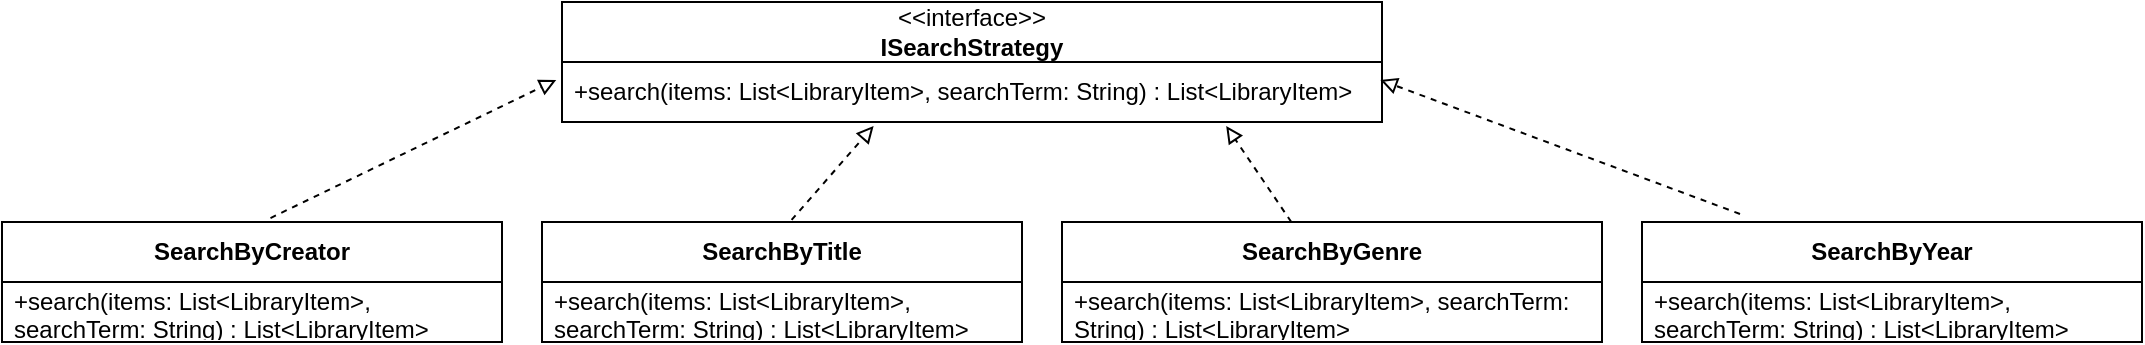
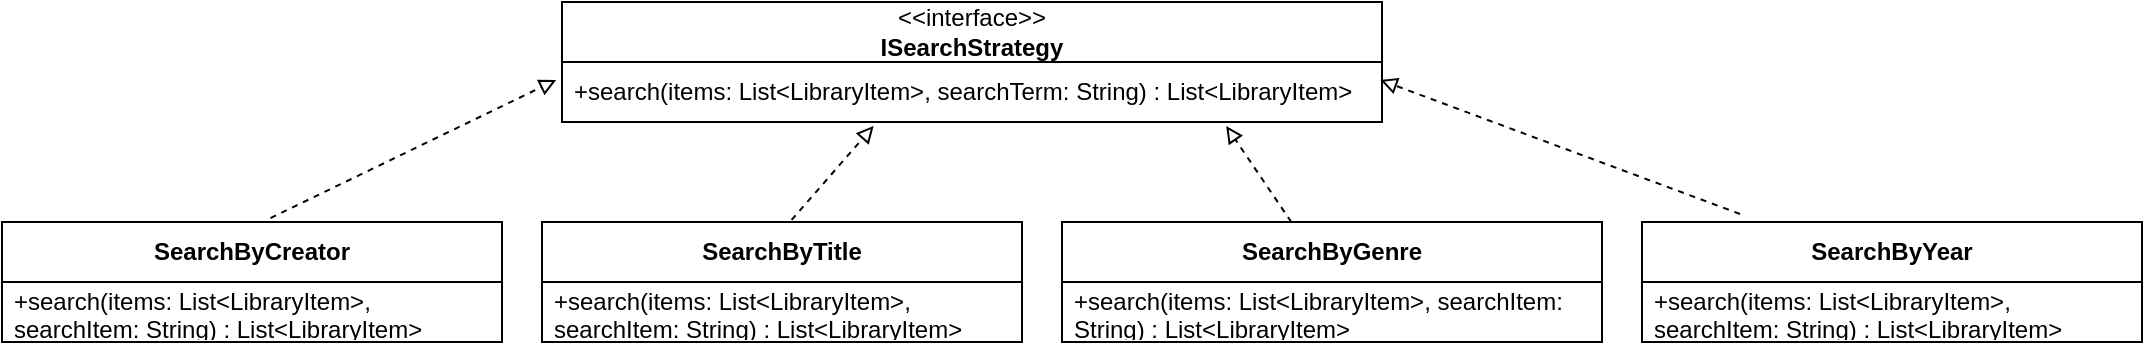
<mxfile host="app.diagrams.net">
  <diagram name="Page-1" id="wcMCi3oeLSEENpEqmBpU">
    <mxGraphModel dx="2191" dy="743" grid="1" gridSize="10" guides="1" tooltips="1" connect="1" arrows="1" fold="1" page="1" pageScale="1" pageWidth="850" pageHeight="1100" math="0" shadow="0">
      <root>
        <mxCell id="0" />
        <mxCell id="1" parent="0" />
        <mxCell id="NpHuQkZuoYly5ggiw39z-1" parent="1" style="swimlane;fontStyle=0;childLayout=stackLayout;horizontal=1;startSize=30;horizontalStack=0;resizeParent=1;resizeParentMax=0;resizeLast=0;collapsible=1;marginBottom=0;whiteSpace=wrap;html=1;" value="&amp;lt;&amp;lt;interface&amp;gt;&amp;gt;&lt;div&gt;&lt;b&gt;ISearchStrategy&lt;/b&gt;&lt;/div&gt;" vertex="1">
          <mxGeometry height="60" width="410" x="200" y="60" as="geometry" />
        </mxCell>
        <mxCell id="NpHuQkZuoYly5ggiw39z-2" parent="NpHuQkZuoYly5ggiw39z-1" style="text;strokeColor=none;fillColor=none;align=left;verticalAlign=middle;spacingLeft=4;spacingRight=4;overflow=hidden;points=[[0,0.5],[1,0.5]];portConstraint=eastwest;rotatable=0;whiteSpace=wrap;html=1;" value="+search(items: List&amp;lt;LibraryItem&amp;gt;, searchTerm: String) : List&amp;lt;LibraryItem&amp;gt;" vertex="1">
          <mxGeometry height="30" width="410" y="30" as="geometry" />
        </mxCell>
        <mxCell id="NpHuQkZuoYly5ggiw39z-5" parent="1" style="swimlane;fontStyle=0;childLayout=stackLayout;horizontal=1;startSize=30;horizontalStack=0;resizeParent=1;resizeParentMax=0;resizeLast=0;collapsible=1;marginBottom=0;whiteSpace=wrap;html=1;" value="&lt;b&gt;SearchByCreator&lt;/b&gt;" vertex="1">
          <mxGeometry height="60" width="250" x="-80" y="170" as="geometry" />
        </mxCell>
-         <mxCell id="NpHuQkZuoYly5ggiw39z-9" parent="NpHuQkZuoYly5ggiw39z-5" style="text;strokeColor=none;fillColor=none;align=left;verticalAlign=middle;spacingLeft=4;spacingRight=4;overflow=hidden;points=[[0,0.5],[1,0.5]];portConstraint=eastwest;rotatable=0;whiteSpace=wrap;html=1;" value="+search(items: List&amp;lt;LibraryItem&amp;gt;, searchTerm: String) : List&amp;lt;LibraryItem&amp;gt;" vertex="1">
+         <mxCell id="NpHuQkZuoYly5ggiw39z-9" parent="NpHuQkZuoYly5ggiw39z-5" style="text;strokeColor=none;fillColor=none;align=left;verticalAlign=middle;spacingLeft=4;spacingRight=4;overflow=hidden;points=[[0,0.5],[1,0.5]];portConstraint=eastwest;rotatable=0;whiteSpace=wrap;html=1;" value="+search(items: List&amp;lt;LibraryItem&amp;gt;, searchItem: String) : List&amp;lt;LibraryItem&amp;gt;" vertex="1">
          <mxGeometry height="30" width="250" y="30" as="geometry" />
        </mxCell>
        <mxCell id="NpHuQkZuoYly5ggiw39z-10" parent="1" style="swimlane;fontStyle=0;childLayout=stackLayout;horizontal=1;startSize=30;horizontalStack=0;resizeParent=1;resizeParentMax=0;resizeLast=0;collapsible=1;marginBottom=0;whiteSpace=wrap;html=1;" value="&lt;b&gt;SearchByTitle&lt;/b&gt;" vertex="1">
          <mxGeometry height="60" width="240" x="190" y="170" as="geometry" />
        </mxCell>
-         <mxCell id="NpHuQkZuoYly5ggiw39z-11" parent="NpHuQkZuoYly5ggiw39z-10" style="text;strokeColor=none;fillColor=none;align=left;verticalAlign=middle;spacingLeft=4;spacingRight=4;overflow=hidden;points=[[0,0.5],[1,0.5]];portConstraint=eastwest;rotatable=0;whiteSpace=wrap;html=1;" value="+search(items: List&amp;lt;LibraryItem&amp;gt;, searchTerm: String) : List&amp;lt;LibraryItem&amp;gt;" vertex="1">
+         <mxCell id="NpHuQkZuoYly5ggiw39z-11" parent="NpHuQkZuoYly5ggiw39z-10" style="text;strokeColor=none;fillColor=none;align=left;verticalAlign=middle;spacingLeft=4;spacingRight=4;overflow=hidden;points=[[0,0.5],[1,0.5]];portConstraint=eastwest;rotatable=0;whiteSpace=wrap;html=1;" value="+search(items: List&amp;lt;LibraryItem&amp;gt;, searchItem: String) : List&amp;lt;LibraryItem&amp;gt;" vertex="1">
          <mxGeometry height="30" width="240" y="30" as="geometry" />
        </mxCell>
        <mxCell id="NpHuQkZuoYly5ggiw39z-12" parent="1" style="swimlane;fontStyle=0;childLayout=stackLayout;horizontal=1;startSize=30;horizontalStack=0;resizeParent=1;resizeParentMax=0;resizeLast=0;collapsible=1;marginBottom=0;whiteSpace=wrap;html=1;" value="&lt;b&gt;SearchByGenre&lt;/b&gt;" vertex="1">
          <mxGeometry height="60" width="270" x="450" y="170" as="geometry" />
        </mxCell>
-         <mxCell id="NpHuQkZuoYly5ggiw39z-13" parent="NpHuQkZuoYly5ggiw39z-12" style="text;strokeColor=none;fillColor=none;align=left;verticalAlign=middle;spacingLeft=4;spacingRight=4;overflow=hidden;points=[[0,0.5],[1,0.5]];portConstraint=eastwest;rotatable=0;whiteSpace=wrap;html=1;" value="+search(items: List&amp;lt;LibraryItem&amp;gt;, searchTerm: String) : List&amp;lt;LibraryItem&amp;gt;" vertex="1">
+         <mxCell id="NpHuQkZuoYly5ggiw39z-13" parent="NpHuQkZuoYly5ggiw39z-12" style="text;strokeColor=none;fillColor=none;align=left;verticalAlign=middle;spacingLeft=4;spacingRight=4;overflow=hidden;points=[[0,0.5],[1,0.5]];portConstraint=eastwest;rotatable=0;whiteSpace=wrap;html=1;" value="+search(items: List&amp;lt;LibraryItem&amp;gt;, searchItem: String) : List&amp;lt;LibraryItem&amp;gt;" vertex="1">
          <mxGeometry height="30" width="270" y="30" as="geometry" />
        </mxCell>
        <mxCell id="NpHuQkZuoYly5ggiw39z-14" parent="1" style="swimlane;fontStyle=0;childLayout=stackLayout;horizontal=1;startSize=30;horizontalStack=0;resizeParent=1;resizeParentMax=0;resizeLast=0;collapsible=1;marginBottom=0;whiteSpace=wrap;html=1;" value="&lt;b&gt;SearchByYear&lt;/b&gt;" vertex="1">
          <mxGeometry height="60" width="250" x="740" y="170" as="geometry" />
        </mxCell>
-         <mxCell id="NpHuQkZuoYly5ggiw39z-15" parent="NpHuQkZuoYly5ggiw39z-14" style="text;strokeColor=none;fillColor=none;align=left;verticalAlign=middle;spacingLeft=4;spacingRight=4;overflow=hidden;points=[[0,0.5],[1,0.5]];portConstraint=eastwest;rotatable=0;whiteSpace=wrap;html=1;" value="+search(items: List&amp;lt;LibraryItem&amp;gt;, searchTerm: String) : List&amp;lt;LibraryItem&amp;gt;" vertex="1">
+         <mxCell id="NpHuQkZuoYly5ggiw39z-15" parent="NpHuQkZuoYly5ggiw39z-14" style="text;strokeColor=none;fillColor=none;align=left;verticalAlign=middle;spacingLeft=4;spacingRight=4;overflow=hidden;points=[[0,0.5],[1,0.5]];portConstraint=eastwest;rotatable=0;whiteSpace=wrap;html=1;" value="+search(items: List&amp;lt;LibraryItem&amp;gt;, searchItem: String) : List&amp;lt;LibraryItem&amp;gt;" vertex="1">
          <mxGeometry height="30" width="250" y="30" as="geometry" />
        </mxCell>
        <mxCell id="NpHuQkZuoYly5ggiw39z-16" edge="1" parent="1" source="NpHuQkZuoYly5ggiw39z-5" style="endArrow=block;html=1;rounded=0;endFill=0;exitX=0.537;exitY=-0.033;exitDx=0;exitDy=0;dashed=1;entryX=-0.007;entryY=0.3;entryDx=0;entryDy=0;entryPerimeter=0;exitPerimeter=0;" target="NpHuQkZuoYly5ggiw39z-2" value="">
          <mxGeometry height="50" relative="1" width="50" as="geometry">
            <mxPoint x="104" y="347" as="sourcePoint" />
            <mxPoint x="80" y="100" as="targetPoint" />
          </mxGeometry>
        </mxCell>
        <mxCell id="NpHuQkZuoYly5ggiw39z-17" edge="1" parent="1" source="NpHuQkZuoYly5ggiw39z-10" style="endArrow=block;html=1;rounded=0;endFill=0;exitX=0.52;exitY=-0.017;exitDx=0;exitDy=0;dashed=1;entryX=0.38;entryY=1.067;entryDx=0;entryDy=0;entryPerimeter=0;exitPerimeter=0;" target="NpHuQkZuoYly5ggiw39z-2" value="">
          <mxGeometry height="50" relative="1" width="50" as="geometry">
            <mxPoint x="84" y="567" as="sourcePoint" />
            <mxPoint x="60" y="320" as="targetPoint" />
          </mxGeometry>
        </mxCell>
        <mxCell id="NpHuQkZuoYly5ggiw39z-18" edge="1" parent="1" source="NpHuQkZuoYly5ggiw39z-12" style="endArrow=block;html=1;rounded=0;endFill=0;dashed=1;entryX=0.81;entryY=1.067;entryDx=0;entryDy=0;entryPerimeter=0;" target="NpHuQkZuoYly5ggiw39z-2" value="">
          <mxGeometry height="50" relative="1" width="50" as="geometry">
            <mxPoint x="724" y="627" as="sourcePoint" />
            <mxPoint x="700" y="380" as="targetPoint" />
          </mxGeometry>
        </mxCell>
        <mxCell id="NpHuQkZuoYly5ggiw39z-19" edge="1" parent="1" source="NpHuQkZuoYly5ggiw39z-14" style="endArrow=block;html=1;rounded=0;endFill=0;exitX=0.196;exitY=-0.067;exitDx=0;exitDy=0;dashed=1;entryX=0.998;entryY=0.3;entryDx=0;entryDy=0;entryPerimeter=0;exitPerimeter=0;" target="NpHuQkZuoYly5ggiw39z-2" value="">
          <mxGeometry height="50" relative="1" width="50" as="geometry">
            <mxPoint x="244" y="607" as="sourcePoint" />
            <mxPoint x="220" y="360" as="targetPoint" />
          </mxGeometry>
        </mxCell>
      </root>
    </mxGraphModel>
  </diagram>
</mxfile>
